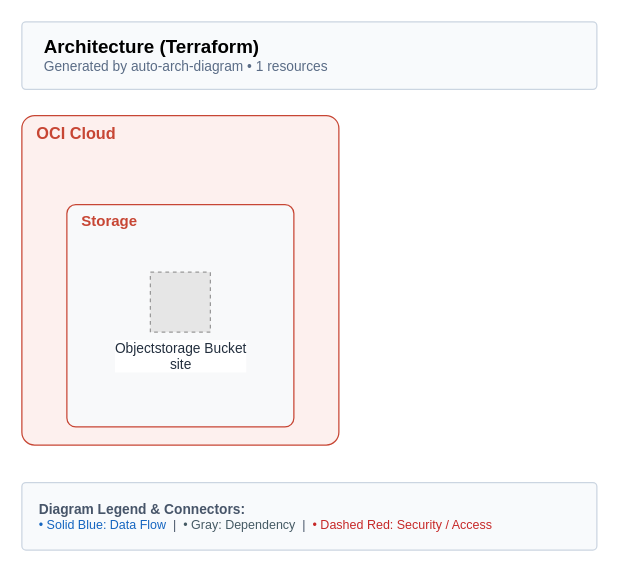
suryakumaran2611/auto-arch-diagram keeps this draw.io diagram as examples/serverless-website/oci/terraform/architecture-diagram.drawio. Above is the earlier version. Source tidied: cells renumbered, new cells numbered last; positions are measured from the earlier drawing's top-left corner, leaving out a move shared by most shapes. Both pictures are drawn from the tidied source at 125%, with x=0, y=0 at pixel (21, 21). Pictures stored in the file or linked from it are replaced by grey dashed boxes.
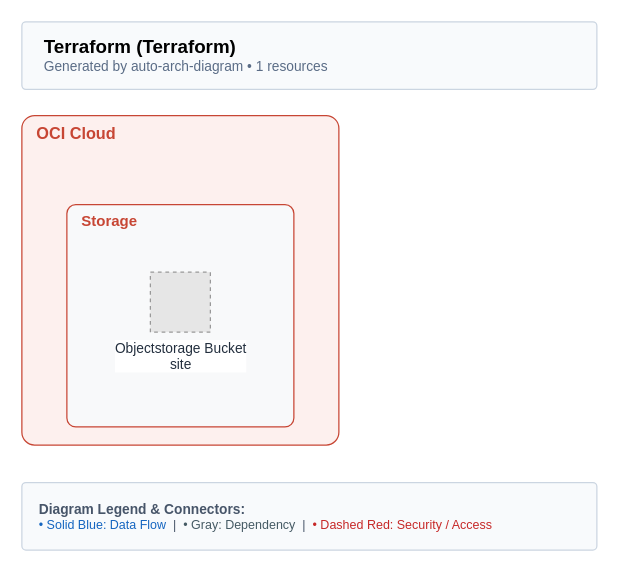
The same page after the edit.

Diff of the diagram source:
```diff
@@
 <mxGraphModel background="#FFFFFF">
   <root>
     <mxCell id="0" />
     <mxCell id="1" parent="0" />
-    <mxCell id="2" value="&lt;b style='font-size:15px;'&gt;Architecture (Terraform)&lt;/b&gt;&lt;br/&gt;&lt;span style='font-size:11px;color:#5A6C86;'&gt;Generated by auto-arch-diagram &amp;bull; 1 resources&lt;/span&gt;" style="rounded=1;whiteSpace=wrap;html=1;arcSize=6;fillColor=#F8FAFC;strokeColor=#CBD5E1;strokeWidth=1;align=left;spacingLeft=16;verticalAlign=middle;" parent="1" vertex="1">
+    <mxCell id="2" value="&lt;b style='font-size:15px;'&gt;Terraform (Terraform)&lt;/b&gt;&lt;br/&gt;&lt;span style='font-size:11px;color:#5A6C86;'&gt;Generated by auto-arch-diagram &amp;bull; 1 resources&lt;/span&gt;" style="rounded=1;whiteSpace=wrap;html=1;arcSize=6;fillColor=#F8FAFC;strokeColor=#CBD5E1;strokeWidth=1;align=left;spacingLeft=16;verticalAlign=middle;" parent="1" vertex="1">
       <mxGeometry width="460" height="54" as="geometry" />
     </mxCell>
     <mxCell id="3" value="OCI Cloud" style="rounded=1;whiteSpace=wrap;html=1;arcSize=4;verticalAlign=top;align=left;spacingLeft=10;fontSize=12;fontStyle=1;fontSize=13;fillColor=#FDF0EE;strokeColor=#C74634;fontColor=#C74634;" parent="1" vertex="1">
       <mxGeometry y="75" width="253.6" height="263.5" as="geometry" />
     </mxCell>
     <mxCell id="4" value="Storage" style="rounded=1;whiteSpace=wrap;html=1;arcSize=4;verticalAlign=top;align=left;spacingLeft=10;fontSize=12;fontStyle=1;fillColor=#F8F9FA;strokeColor=#C74634;fontColor=#C74634;" parent="3" vertex="1">
       <mxGeometry x="36" y="71.2" width="181.6" height="177.9" as="geometry" />
     </mxCell>
     <mxCell id="5" value="Objectstorage Bucket&#10;site" style="fillColor=#E6E6E6;strokeColor=#999999;dashed=1;html=1;verticalLabelPosition=bottom;verticalAlign=top;fontSize=11;fontColor=#232F3E;labelBackgroundColor=#FFFFFF;" parent="4" vertex="1">
       <mxGeometry x="66.8" y="54" width="48" height="48" as="geometry" />
     </mxCell>
     <mxCell id="6" value="&lt;b style='font-size:11px;'&gt;Diagram Legend &amp;amp; Connectors:&lt;/b&gt;&lt;br/&gt;&lt;span style='color:#1565C0;'&gt;&amp;bull; Solid Blue: Data Flow&lt;/span&gt; &amp;nbsp;|&amp;nbsp; &lt;span style='color:#455A64;'&gt;&amp;bull; Gray: Dependency&lt;/span&gt; &amp;nbsp;|&amp;nbsp; &lt;span style='color:#C62828;'&gt;&amp;bull; Dashed Red: Security / Access&lt;/span&gt;" style="rounded=1;whiteSpace=wrap;html=1;arcSize=6;fillColor=#F8FAFC;strokeColor=#CBD5E1;strokeWidth=1;fontSize=10;fontColor=#475569;align=left;spacingLeft=12;spacingRight=12;verticalAlign=middle;" parent="1" vertex="1">
       <mxGeometry y="368.5" width="460" height="54" as="geometry" />
     </mxCell>
   </root>
 </mxGraphModel>
```
